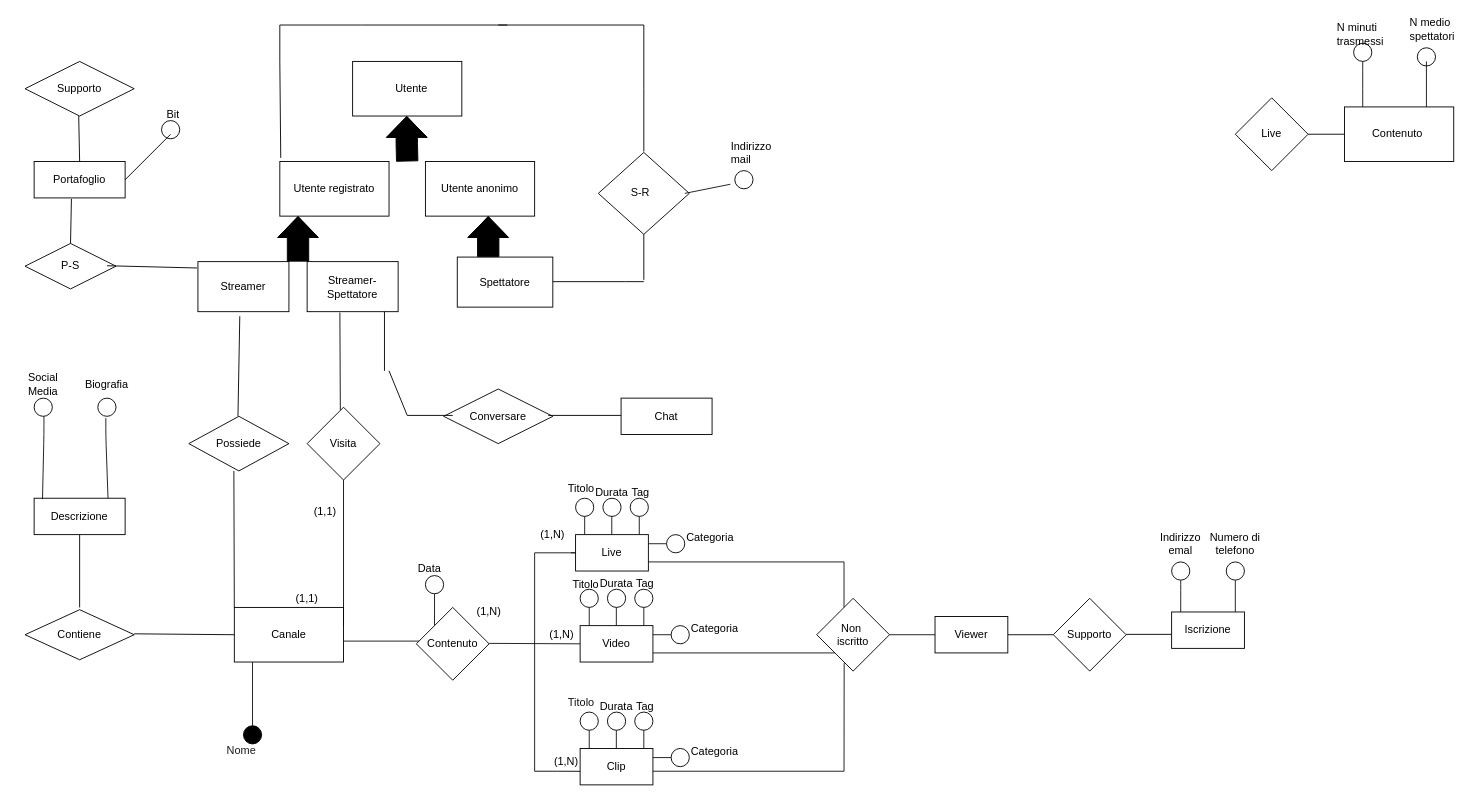
Earlier version of the draw.io diagram e-r_revised_hypothesis.drawio (Popper002/Streaming-Service-Db-project-unito). Source tidied: cells renumbered, new cells numbered last; positions are measured from the earlier drawing's top-left corner, leaving out a move shared by most shapes. Both pictures are drawn from the tidied source at 91%, with x=0, y=0 at pixel (15, 15).
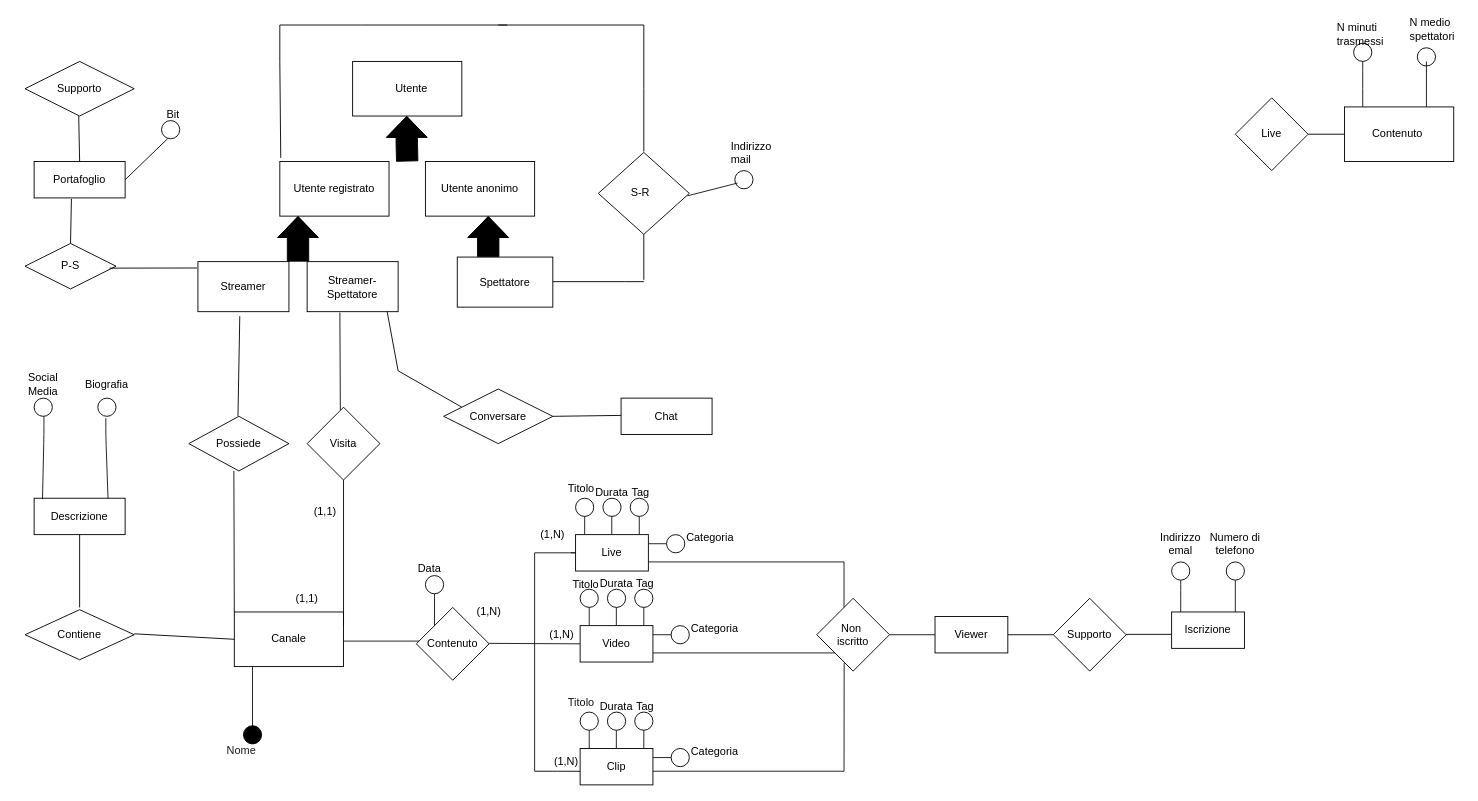
The same diagram, later.

Commit message:
i was annoyed by crooked lines

The change refers to these unchanged cells:
```xml
<mxCell id="6" value="Streamer-Spettatore" style="rounded=0;whiteSpace=wrap;html=1;" parent="1" vertex="1">
  <mxGeometry x="320" y="270" width="100" height="55" as="geometry" />
</mxCell>
<mxCell id="7" value="Streamer" style="rounded=0;whiteSpace=wrap;html=1;" parent="1" vertex="1">
  <mxGeometry x="200" y="270" width="100" height="55" as="geometry" />
</mxCell>
<mxCell id="11" style="ellipse;whiteSpace=wrap;html=1;fillColor=none;strokeColor=#000000;" parent="1" vertex="1">
  <mxGeometry x="790" y="170" width="20" height="20" as="geometry" />
</mxCell>
<mxCell id="106" style="rhombus;whiteSpace=wrap;html=1;" parent="1" vertex="1">
  <mxGeometry x="640" y="150" width="100" height="90" as="geometry" />
</mxCell>
<mxCell id="134" value="P-S" style="shape=rhombus;perimeter=rhombusPerimeter;whiteSpace=wrap;html=1;align=center;" parent="1" vertex="1">
  <mxGeometry x="10" y="250" width="100" height="50" as="geometry" />
</mxCell>
<mxCell id="139" style="ellipse;whiteSpace=wrap;html=1;fillColor=none;strokeColor=#000000;" parent="1" vertex="1">
  <mxGeometry x="160" y="115" width="20" height="20" as="geometry" />
</mxCell>
<mxCell id="141" value="Conversare" style="shape=rhombus;perimeter=rhombusPerimeter;whiteSpace=wrap;html=1;align=center;" parent="1" vertex="1">
  <mxGeometry x="470" y="410" width="120" height="60" as="geometry" />
</mxCell>
```

What changed in the source:
```diff
@@
     <mxCell id="8" value="Canale&lt;br&gt;" style="rounded=0;whiteSpace=wrap;html=1;" parent="1" vertex="1">
-      <mxGeometry x="240" y="650" width="120" height="60" as="geometry" />
+      <mxGeometry x="240" y="655" width="120" height="60" as="geometry" />
     </mxCell>
@@
     <mxCell id="10" style="endArrow=none;html=1;" parent="1" edge="1">
       <mxGeometry relative="1" as="geometry">
-        <mxPoint x="250" y="770" as="sourcePoint" />
-        <mxPoint x="250" y="770" as="targetPoint" />
+        <mxPoint x="250" y="775" as="sourcePoint" />
+        <mxPoint x="250" y="775" as="targetPoint" />
       </mxGeometry>
     </mxCell>
@@
     <mxCell id="12" style="endArrow=none;html=1;fontColor=default;labelBackgroundColor=default;strokeColor=#121212;strokeWidth=1;" parent="1" edge="1">
       <mxGeometry relative="1" as="geometry">
-        <mxPoint x="260" y="780" as="sourcePoint" />
-        <mxPoint x="260" y="710" as="targetPoint" />
+        <mxPoint x="260" y="785" as="sourcePoint" />
+        <mxPoint x="260" y="715" as="targetPoint" />
       </mxGeometry>
     </mxCell>
@@
-    <mxCell id="116" style="endArrow=none;html=1;fontColor=default;labelBackgroundColor=default;strokeColor=#121212;strokeWidth=1;" parent="1" edge="1">
-      <mxGeometry relative="1" as="geometry">
-        <mxPoint x="735" y="195" as="sourcePoint" />
-        <mxPoint x="785" y="185" as="targetPoint" />
-      </mxGeometry>
+    <mxCell id="116" style="endArrow=none;html=1;fontColor=default;labelBackgroundColor=default;strokeColor=#121212;strokeWidth=1;entryX=0.15;entryY=0.683;entryDx=0;entryDy=0;entryPerimeter=0;exitX=0.98;exitY=0.53;exitDx=0;exitDy=0;exitPerimeter=0;" parent="1" edge="1" source="106" target="11">
+      <mxGeometry relative="1" as="geometry" />
     </mxCell>
@@
-    <mxCell id="137" style="endArrow=none;html=1;rounded=0;entryX=-0.01;entryY=0.127;entryDx=0;entryDy=0;entryPerimeter=0;" parent="1" edge="1" target="7">
-      <mxGeometry relative="1" as="geometry">
-        <mxPoint x="100" y="274.5" as="sourcePoint" />
-      </mxGeometry>
+    <mxCell id="137" style="endArrow=none;html=1;rounded=0;entryX=-0.01;entryY=0.127;entryDx=0;entryDy=0;entryPerimeter=0;exitX=0.93;exitY=0.543;exitDx=0;exitDy=0;exitPerimeter=0;" parent="1" edge="1" source="134" target="7">
+      <mxGeometry relative="1" as="geometry" />
     </mxCell>
-    <mxCell id="138" style="endArrow=none;html=1;rounded=0;" parent="1" edge="1">
+    <mxCell id="138" style="endArrow=none;html=1;rounded=0;entryX=0.338;entryY=0.992;entryDx=0;entryDy=0;entryPerimeter=0;" parent="1" edge="1" target="139">
       <mxGeometry relative="1" as="geometry">
         <mxPoint x="120" y="180" as="sourcePoint" />
-        <mxPoint x="170" y="130" as="targetPoint" />
       </mxGeometry>
     </mxCell>
@@
-    <mxCell id="142" style="endArrow=none;html=1;rounded=0;" parent="1" edge="1">
-      <mxGeometry relative="1" as="geometry">
-        <mxPoint x="405" y="325" as="sourcePoint" />
-        <mxPoint x="405" y="390" as="targetPoint" />
-      </mxGeometry>
-    </mxCell>
@@
     <mxCell id="144" style="endArrow=none;html=1;rounded=0;" parent="1" edge="1">
       <mxGeometry relative="1" as="geometry">
-        <mxPoint x="585" y="439" as="sourcePoint" />
+        <mxPoint x="590" y="440" as="sourcePoint" />
         <mxPoint x="665" y="439" as="targetPoint" />
       </mxGeometry>
     </mxCell>
-    <mxCell id="145" style="endArrow=none;html=1;rounded=0;" parent="1" edge="1">
-      <mxGeometry relative="1" as="geometry">
-        <mxPoint x="410" y="390" as="sourcePoint" />
-        <mxPoint x="480" y="439" as="targetPoint" />
-        <Array as="points">
-          <mxPoint x="430" y="439" />
-        </Array>
-      </mxGeometry>
-    </mxCell>
+    <mxCell id="146" style="endArrow=none;html=1;rounded=0;entryX=0.167;entryY=0.333;entryDx=0;entryDy=0;entryPerimeter=0;exitX=0.879;exitY=0.997;exitDx=0;exitDy=0;exitPerimeter=0;" parent="1" edge="1" source="6" target="141">
+      <mxGeometry relative="1" as="geometry">
+        <Array as="points">
+          <mxPoint x="420" y="390" />
+        </Array>
+      </mxGeometry>
+    </mxCell>
```
